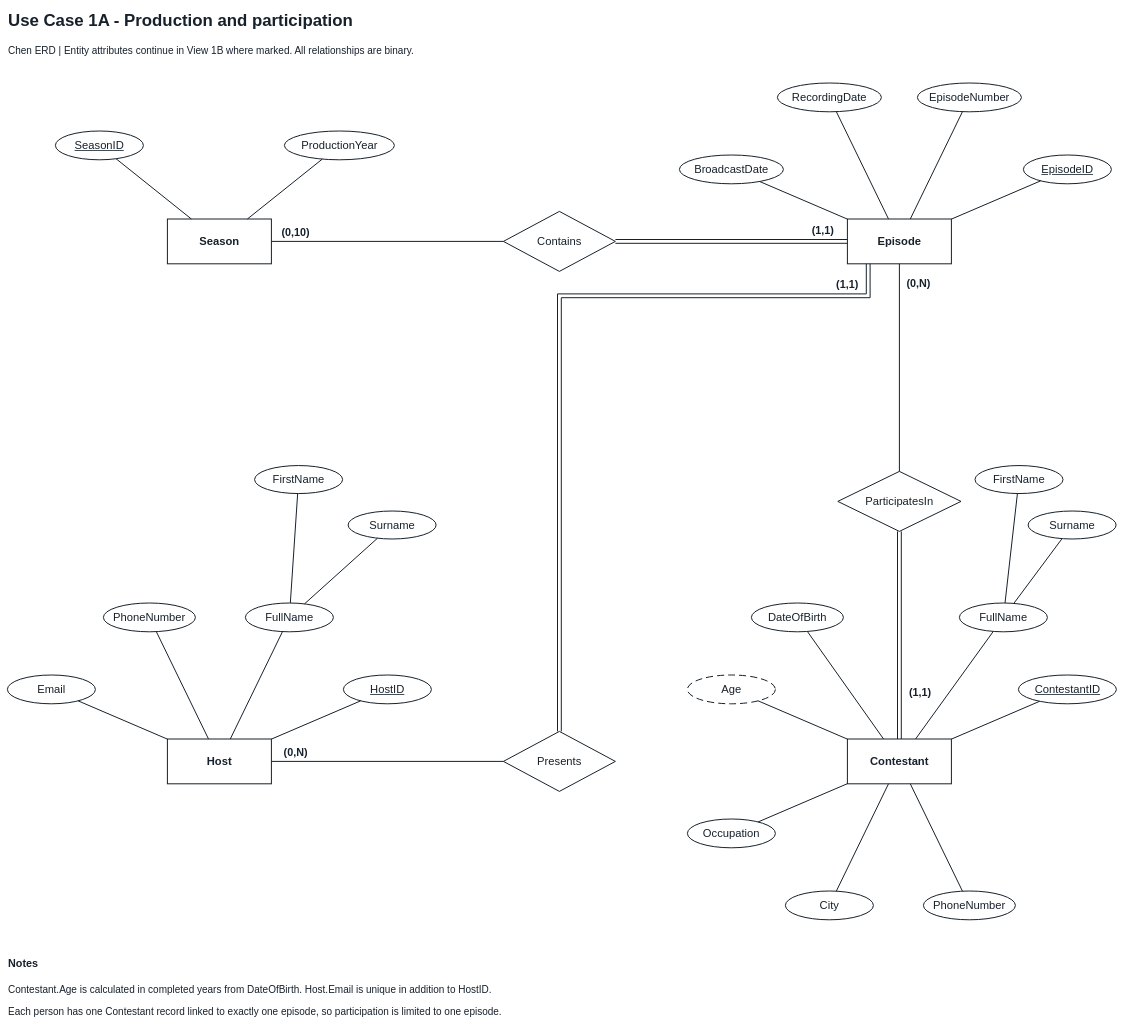
Above: page "Use Case 1A - Production and participation" (1 of 8) of CNG351_Assignment1_Chen +gpt.drawio in Osmanita/cng-351-project-1 (draw.io), before the change. Source tidied: cells renumbered, new cells numbered last; positions are measured from the earlier drawing's top-left corner, leaving out a move shared by most shapes. Both pictures are drawn from the tidied source at 40%, with x=0, y=0 at pixel (7, 7).
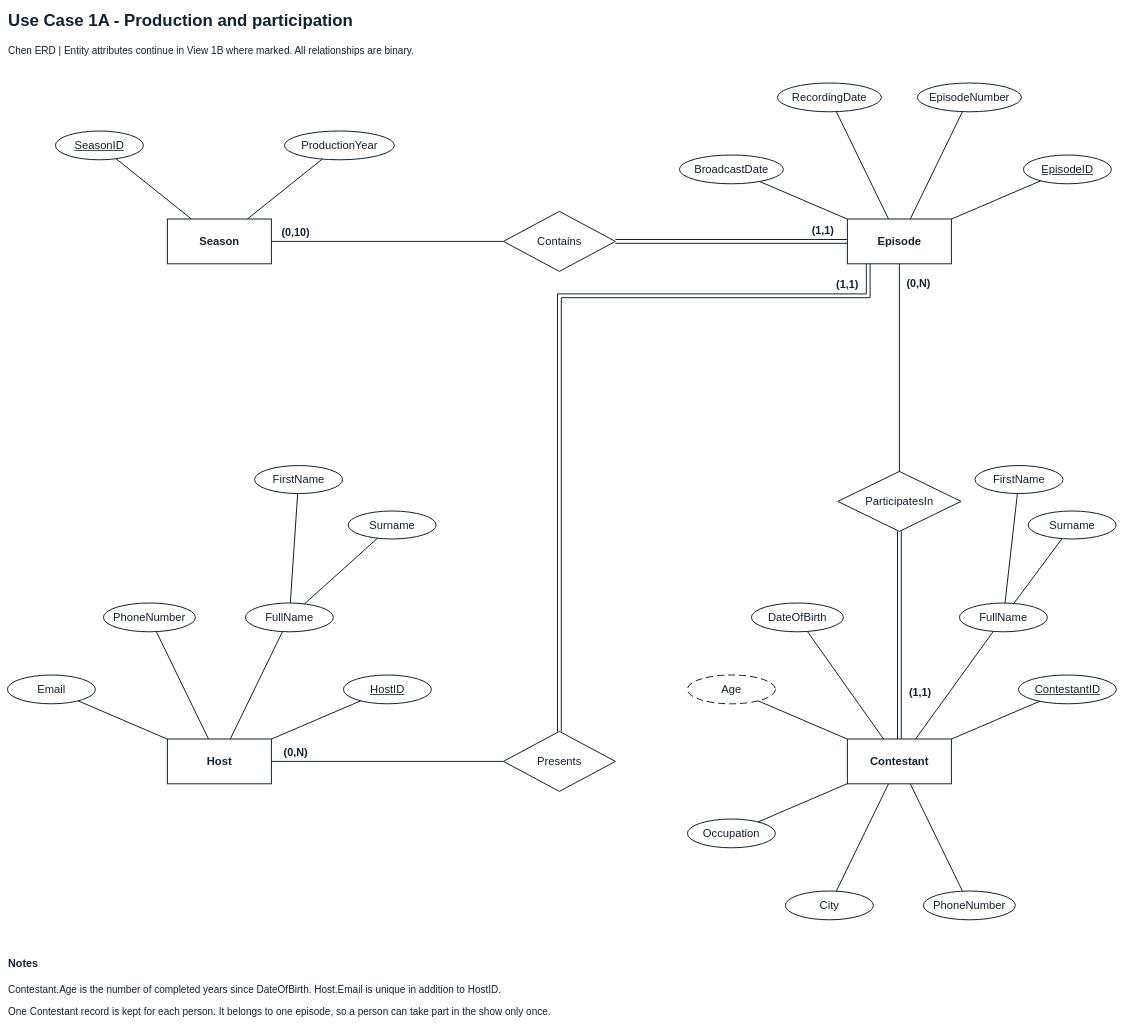
The same diagram, later.

Change to the diagram source:
```diff
@@
-    <mxCell id="59" value="Contestant.Age is calculated in completed years from DateOfBirth. Host.Email is unique in addition to HostID." style="text;html=0;whiteSpace=wrap;overflow=hidden;align=left;verticalAlign=middle;fillColor=#ffffff;strokeColor=none;fontColor=#17212b;fontFamily=Arial;fontSize=25;" parent="1" vertex="1">
+    <mxCell id="59" value="Contestant.Age is the number of completed years since DateOfBirth. Host.Email is unique in addition to HostID." style="text;html=0;whiteSpace=wrap;overflow=hidden;align=left;verticalAlign=middle;fillColor=#ffffff;strokeColor=none;fontColor=#17212b;fontFamily=Arial;fontSize=25;" parent="1" vertex="1">
       <mxGeometry y="2427" width="2773" height="55" as="geometry" />
     </mxCell>
-    <mxCell id="60" value="Each person has one Contestant record linked to exactly one episode, so participation is limited to one episode." style="text;html=0;whiteSpace=wrap;overflow=hidden;align=left;verticalAlign=middle;fillColor=#ffffff;strokeColor=none;fontColor=#17212b;fontFamily=Arial;fontSize=25;" parent="1" vertex="1">
+    <mxCell id="60" value="One Contestant record is kept for each person. It belongs to one episode, so a person can take part in the show only once." style="text;html=0;whiteSpace=wrap;overflow=hidden;align=left;verticalAlign=middle;fillColor=#ffffff;strokeColor=none;fontColor=#17212b;fontFamily=Arial;fontSize=25;" parent="1" vertex="1">
       <mxGeometry y="2482" width="2773" height="55" as="geometry" />
     </mxCell>
```
